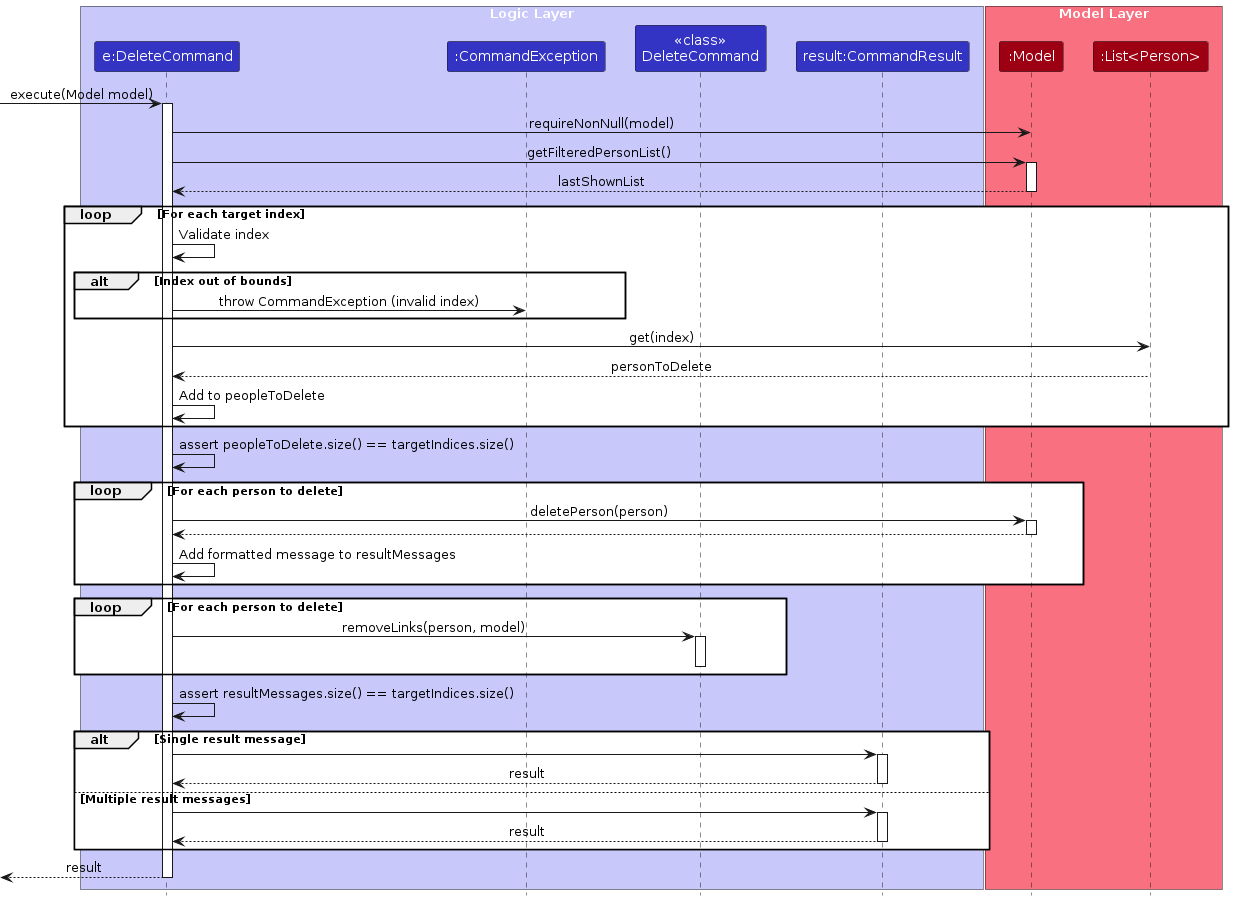
Before: diagrams/DeleteExecuteSequenceDiagram.png, a diagram exported from PlantUML (AY2425-CS2103T-T09-4/tp). Its source is kept beside it as diagrams/DeleteExecuteSequenceDiagram.puml.
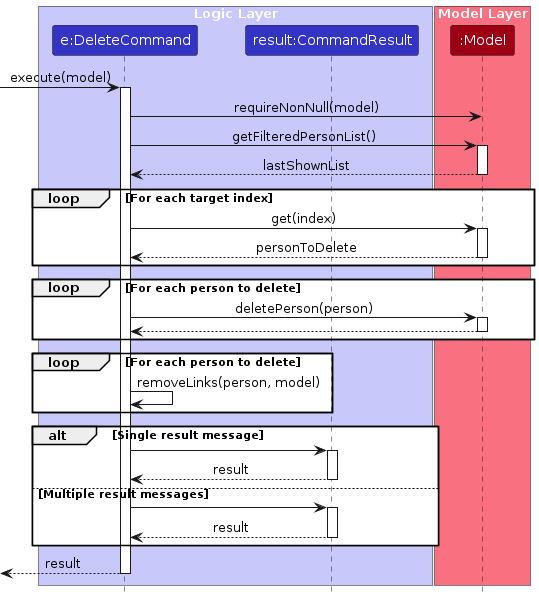
After the commit.

The edit, as a diff of the source:
```diff
@@ -4,17 +4,14 @@
 
 box "Logic Layer" LOGIC_COLOR_T1
     participant "e:DeleteCommand" as DeleteCommand LOGIC_COLOR
-    participant ":CommandException" as CommandException LOGIC_COLOR
-    participant "<<class>>\nDeleteCommand" as DeleteCommandClass LOGIC_COLOR
     participant "result:CommandResult" as CommandResult LOGIC_COLOR
 end box
 
 box "Model Layer" MODEL_COLOR_T1
     participant ":Model" as Model MODEL_COLOR
-    participant ":List<Person>" as LastShownList MODEL_COLOR
 end box
 
-[-> DeleteCommand : execute(Model model)
+[-> DeleteCommand : execute(model)
 activate DeleteCommand
 
 DeleteCommand -> Model : requireNonNull(model)
@@ -24,17 +21,11 @@
 deactivate Model
 
 loop For each target index
-    DeleteCommand -> DeleteCommand : Validate index
-    alt Index out of bounds
-        DeleteCommand -> CommandException : throw CommandException (invalid index)
-    end
-
-    DeleteCommand -> LastShownList : get(index)
-    LastShownList --> DeleteCommand : personToDelete
-    DeleteCommand -> DeleteCommand : Add to peopleToDelete
+    DeleteCommand -> Model : get(index)
+    activate Model
+    Model --> DeleteCommand : personToDelete
+    deactivate Model
 end
-
-DeleteCommand -> DeleteCommand : assert peopleToDelete.size() == targetIndices.size()
 
 loop For each person to delete
     DeleteCommand -> Model : deletePerson(person)
@@ -42,16 +33,13 @@
     Model --> DeleteCommand
     deactivate Model
 
-    DeleteCommand -> DeleteCommand : Add formatted message to resultMessages
 end
 
 loop For each person to delete
-    DeleteCommand -> DeleteCommandClass : removeLinks(person, model)
-    activate DeleteCommandClass
-    deactivate DeleteCommandClass
+    DeleteCommand -> DeleteCommand : removeLinks(person, model)
+
 end
 
-DeleteCommand -> DeleteCommand : assert resultMessages.size() == targetIndices.size()
 
 alt Single result message
     DeleteCommand -> CommandResult
```
